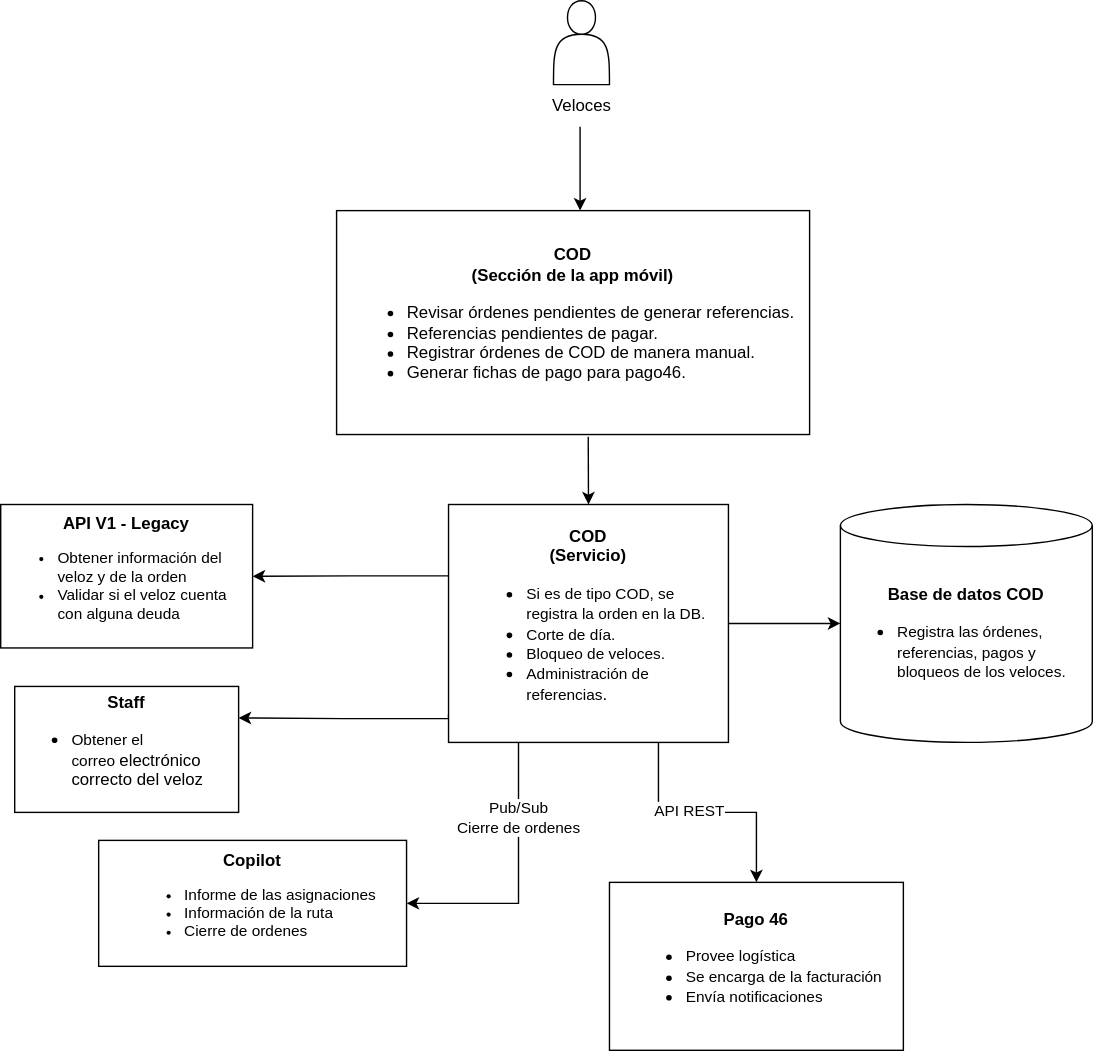
Above: Diagrama C2 COD.svg in dani99m/Diagramas (draw.io), before the change. Source tidied: cells renumbered, new cells last; positions are measured from the earlier drawing's top-left corner, leaving out a move shared by most shapes.
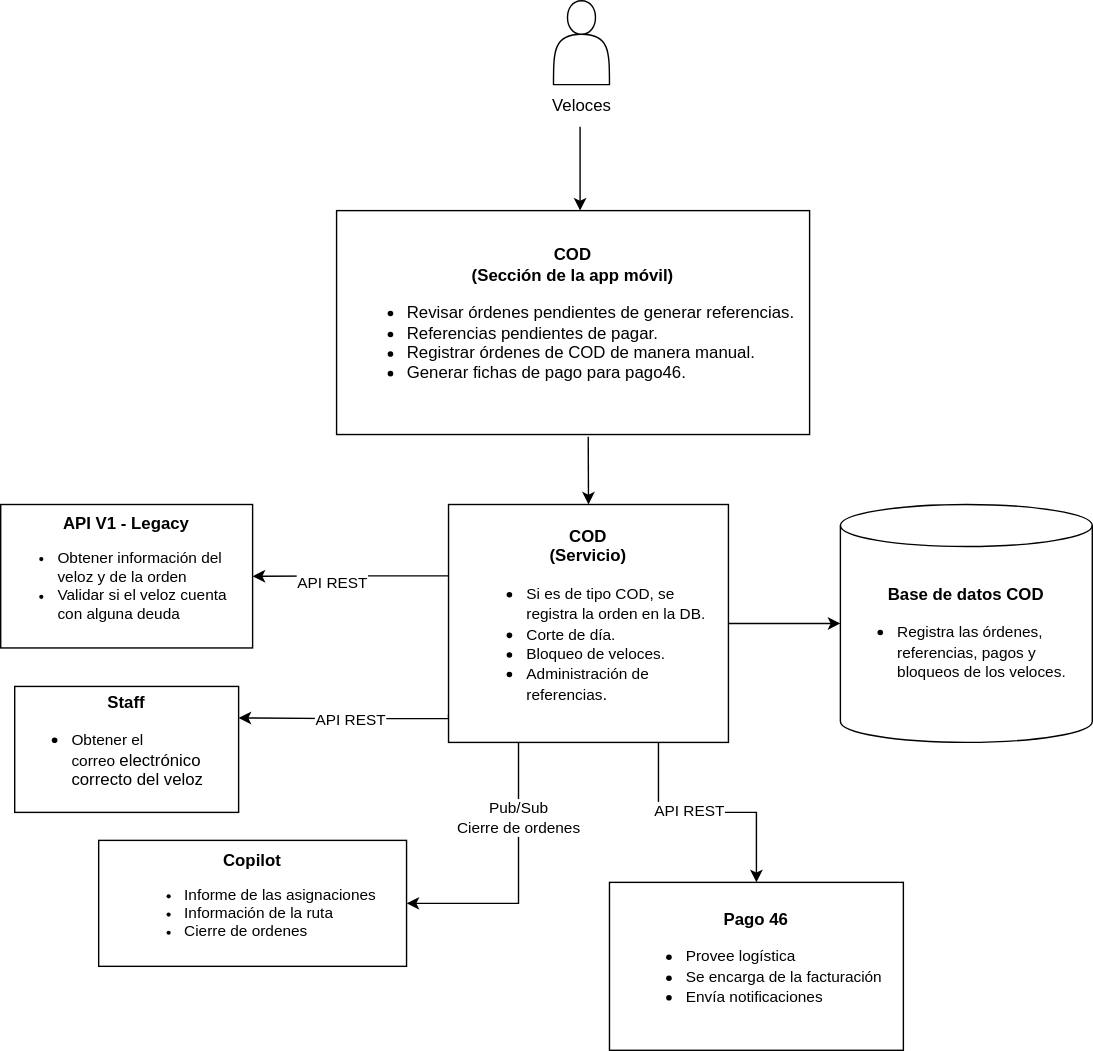
Above is the later version.

The edit, as a diff of the source:
```diff
@@ -29,6 +29,9 @@
     <mxCell id="8" style="edgeStyle=orthogonalEdgeStyle;rounded=0;jettySize=auto;html=1;fontSize=11;exitX=-0.002;exitY=0.3;exitDx=0;exitDy=0;exitPerimeter=0;" parent="1" edge="1" source="14" target="16">
       <mxGeometry relative="1" as="geometry" />
     </mxCell>
+    <mxCell id="20" value="API REST" style="edgeLabel;html=1;align=center;verticalAlign=middle;" parent="8" vertex="1">
+      <mxGeometry x="0.19" y="4" relative="1" as="geometry" />
+    </mxCell>
     <mxCell id="9" style="edgeStyle=orthogonalEdgeStyle;rounded=0;jettySize=auto;html=1;exitX=0;exitY=0.882;exitDx=0;exitDy=0;fontSize=11;exitPerimeter=0;entryX=1;entryY=0.25;entryDx=0;entryDy=0;" parent="1" edge="1" source="14" target="17">
       <mxGeometry relative="1" as="geometry">
         <Array as="points">
@@ -37,6 +40,12 @@
         </Array>
       </mxGeometry>
     </mxCell>
+    <mxCell id="21" value="&lt;span style=&quot;color: rgba(0, 0, 0, 0); font-family: monospace; font-size: 0px; text-align: start; background-color: rgb(248, 249, 250);&quot;&gt;%3CmxGraphModel%3E%3Croot%3E%3CmxCell%20id%3D%220%22%2F%3E%3CmxCell%20id%3D%221%22%20parent%3D%220%22%2F%3E%3CmxCell%20id%3D%222%22%20value%3D%22API%20REST%22%20style%3D%22edgeLabel%3Bhtml%3D1%3Balign%3Dcenter%3BverticalAlign%3Dmiddle%3Bresizable%3D0%3Bpoints%3D%5B%5D%3BfontSize%3D11%3B%22%20vertex%3D%221%22%20connectable%3D%220%22%20parent%3D%221%22%3E%3CmxGeometry%20x%3D%22501%22%20y%3D%22728%22%20as%3D%22geometry%22%2F%3E%3C%2FmxCell%3E%3C%2Froot%3E%3C%2FmxGraphModel%3E&lt;/span&gt;&lt;span style=&quot;color: rgba(0, 0, 0, 0); font-family: monospace; font-size: 0px; text-align: start; background-color: rgb(248, 249, 250);&quot;&gt;%3CmxGraphModel%3E%3Croot%3E%3CmxCell%20id%3D%220%22%2F%3E%3CmxCell%20id%3D%221%22%20parent%3D%220%22%2F%3E%3CmxCell%20id%3D%222%22%20value%3D%22API%20REST%22%20style%3D%22edgeLabel%3Bhtml%3D1%3Balign%3Dcenter%3BverticalAlign%3Dmiddle%3Bresizable%3D0%3Bpoints%3D%5B%5D%3BfontSize%3D11%3B%22%20vertex%3D%221%22%20connectable%3D%220%22%20parent%3D%221%22%3E%3CmxGeometry%20x%3D%22501%22%20y%3D%22728%22%20as%3D%22geometry%22%2F%3E%3C%2FmxCell%3E%3C%2Froot%3E%3C%2FmxGraphModel%3EAPI&lt;/span&gt;" style="edgeLabel;html=1;align=center;verticalAlign=middle;" parent="9" vertex="1">
+      <mxGeometry x="0.17" y="1" relative="1" as="geometry" />
+    </mxCell>
+    <mxCell id="22" value="API REST" style="edgeLabel;html=1;align=center;verticalAlign=middle;" parent="9" vertex="1">
+      <mxGeometry x="-0.04" relative="1" as="geometry" />
+    </mxCell>
     <mxCell id="10" style="edgeStyle=orthogonalEdgeStyle;rounded=0;jettySize=auto;html=1;exitX=0.25;exitY=1;exitDx=0;exitDy=0;entryX=1;entryY=0.5;entryDx=0;entryDy=0;fontSize=11;" parent="1" edge="1" source="14" target="18">
       <mxGeometry relative="1" as="geometry" />
     </mxCell>
```
